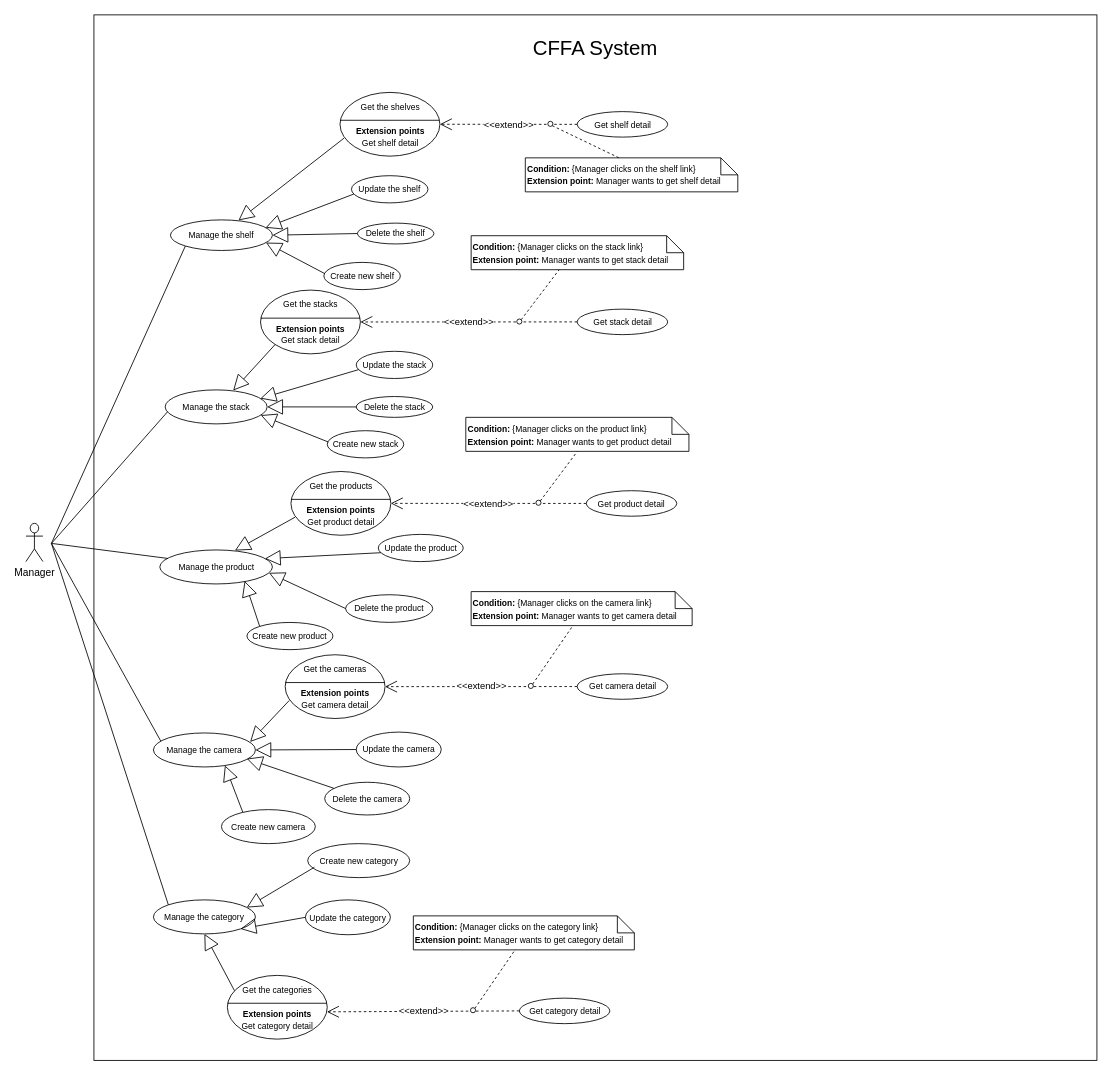
This is page "Overview" (1 of 26) of Users/HuuDN/UsecaseDiagram/Manager/Overview.drawio from luannmdev/CapstoneDocument, a draw.io file, before an edit. Source tidied: cells renumbered, new cells numbered last; positions are measured from the earlier drawing's top-left corner, leaving out a move shared by most shapes. Both pictures are drawn from the tidied source at 85%, with x=0, y=0 at pixel (26, 14).
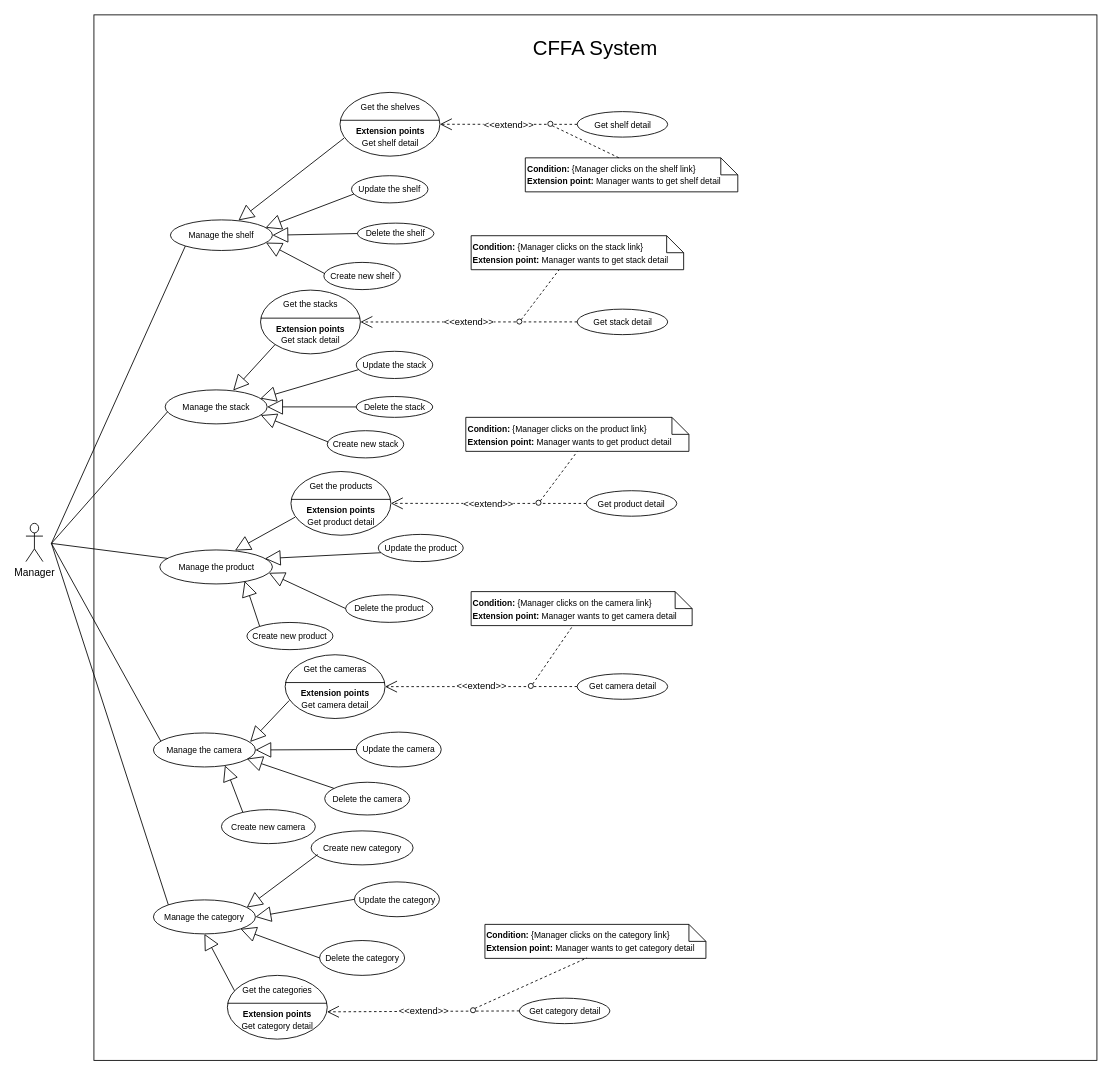
The same diagram, later.

The change refers to these unchanged cells:
```xml
<mxCell id="15" value="&lt;font style=&quot;font-size: 10px&quot;&gt;Manage the category&lt;/font&gt;" style="ellipse;whiteSpace=wrap;html=1;fillColor=#ffffff;gradientColor=none;" parent="1" vertex="1">
  <mxGeometry x="150" y="1041.2" width="120" height="40" as="geometry" />
</mxCell>
```

Change to the diagram source:
```diff
@@
     <mxCell id="16" value="&lt;font style=&quot;font-size: 10px&quot;&gt;Create new category&lt;/font&gt;" style="ellipse;whiteSpace=wrap;html=1;fillColor=#ffffff;gradientColor=none;" parent="1" vertex="1">
-      <mxGeometry x="331.5" y="975" width="120" height="40" as="geometry" />
+      <mxGeometry x="335.5" y="960" width="120" height="40" as="geometry" />
     </mxCell>
@@
     <mxCell id="73" value="&lt;font style=&quot;font-size: 10px&quot;&gt;Update the&amp;nbsp;&lt;/font&gt;&lt;span style=&quot;font-size: 10px&quot;&gt;category&lt;/span&gt;" style="ellipse;whiteSpace=wrap;html=1;fillColor=#ffffff;gradientColor=none;" parent="1" vertex="1">
-      <mxGeometry x="328.8" y="1041.2" width="100" height="41" as="geometry" />
+      <mxGeometry x="386.5" y="1020" width="100" height="41" as="geometry" />
     </mxCell>
-    <mxCell id="74" style="endArrow=block;endSize=16;endFill=0;html=1;entryX=1;entryY=1;entryDx=0;entryDy=0;exitX=0;exitY=0.5;exitDx=0;exitDy=0;" parent="1" edge="1" source="73" target="15">
+    <mxCell id="74" style="endArrow=block;endSize=16;endFill=0;html=1;entryX=1;entryY=0.5;entryDx=0;entryDy=0;exitX=0;exitY=0.5;exitDx=0;exitDy=0;" parent="1" edge="1" source="73" target="15">
       <mxGeometry relative="1" as="geometry" />
     </mxCell>
@@
     <mxCell id="77" value="&lt;font style=&quot;font-size: 10px&quot;&gt;&lt;b&gt;Condition: &lt;/b&gt;{Manager&amp;nbsp;clicks on the&amp;nbsp;&lt;span style=&quot;text-align: center&quot;&gt;category&lt;/span&gt;&amp;nbsp;link}&lt;br&gt;&lt;b&gt;Extension point:&amp;nbsp;&lt;/b&gt;Manager&amp;nbsp;wants to get&amp;nbsp;&lt;span style=&quot;text-align: center&quot;&gt;category&lt;/span&gt;&amp;nbsp;detail&lt;/font&gt;" style="shape=note;size=20;whiteSpace=wrap;html=1;align=left;" parent="1" vertex="1">
-      <mxGeometry x="455.8" y="1060" width="260" height="40" as="geometry" />
+      <mxGeometry x="540" y="1070" width="260" height="40" as="geometry" />
     </mxCell>
@@
+    <mxCell id="83" value="&lt;font style=&quot;font-size: 10px&quot;&gt;Delete the&amp;nbsp;&lt;/font&gt;&lt;span style=&quot;font-size: 10px&quot;&gt;category&lt;/span&gt;" style="ellipse;whiteSpace=wrap;html=1;fillColor=#ffffff;gradientColor=none;" parent="1" vertex="1">
+      <mxGeometry x="345.5" y="1089" width="100" height="41" as="geometry" />
+    </mxCell>
+    <mxCell id="84" style="endArrow=block;endSize=16;endFill=0;html=1;entryX=1;entryY=1;entryDx=0;entryDy=0;exitX=0;exitY=0.5;exitDx=0;exitDy=0;" parent="1" edge="1" source="83" target="15">
+      <mxGeometry relative="1" as="geometry" />
+    </mxCell>
```
